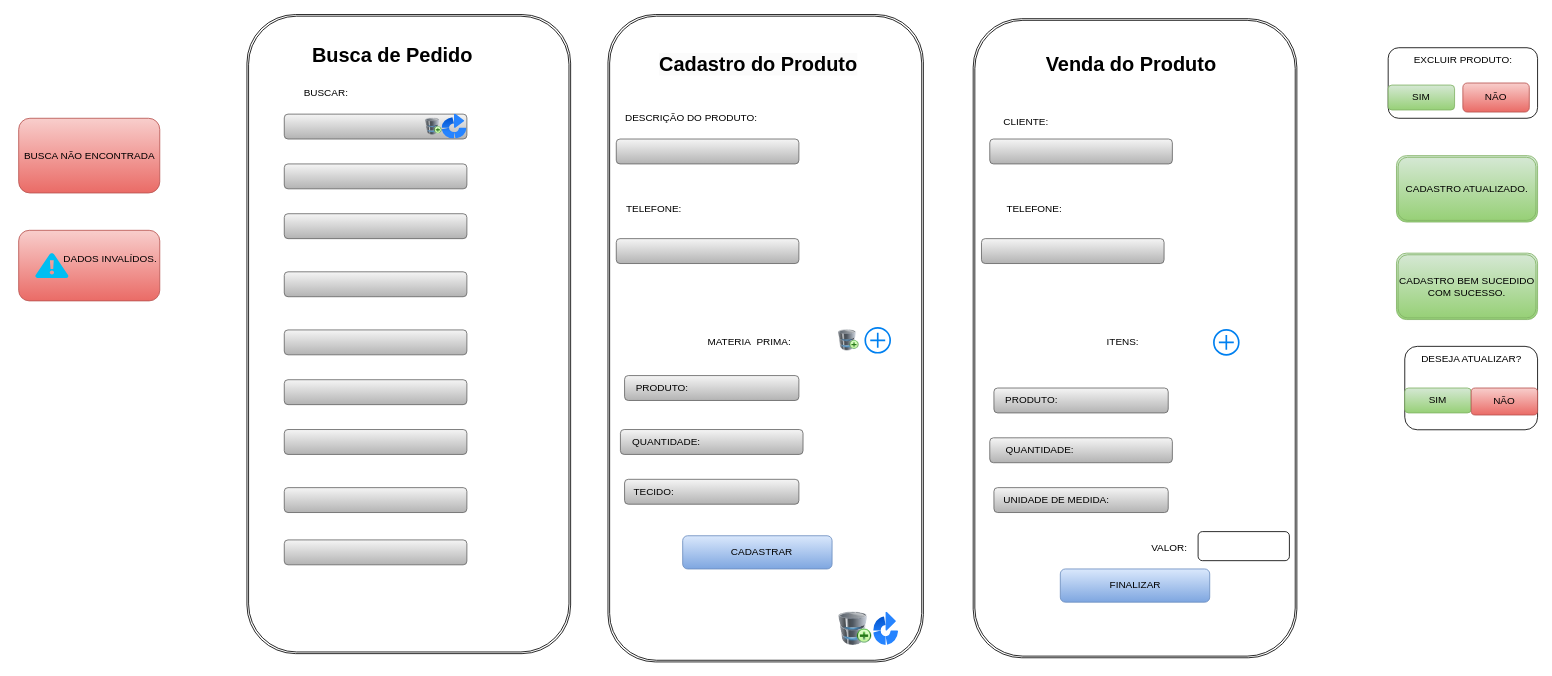
This is page "Página-4" (4 of 6) of doc/telas.drawio from pati573022/avatarapp, a draw.io file, before an edit. Source tidied: cells renumbered, new cells numbered last; positions are measured from the earlier drawing's top-left corner, leaving out a move shared by most shapes. Both pictures are drawn from the tidied source at 83%, with x=0, y=0 at pixel (14, 14).
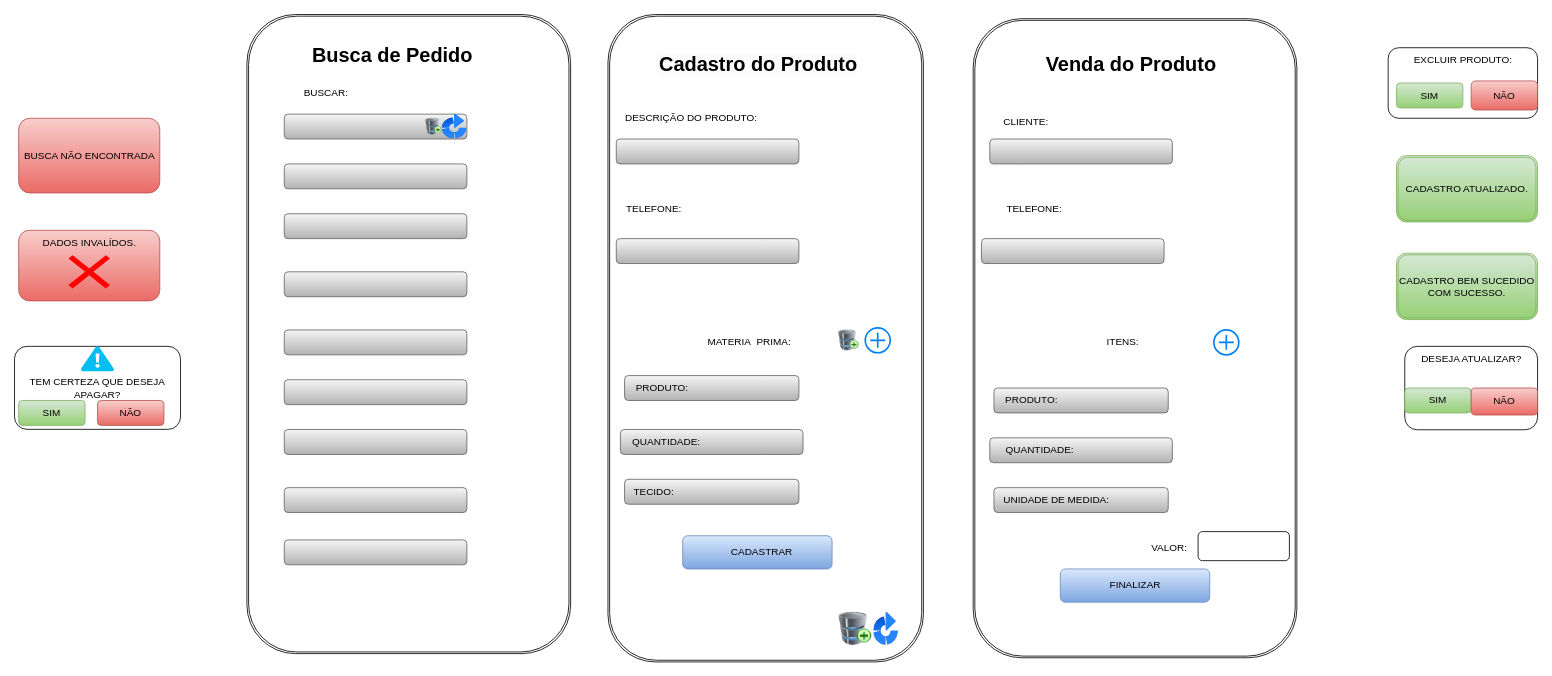
Above is the later version.

Unchanged cells that the change refers to:
```xml
<mxCell id="15" style="image;html=1;image=img/lib/clip_art/computers/Database_Add_128x128.png;" parent="1" vertex="1">
  <mxGeometry x="465" y="125" width="80" height="20" as="geometry" />
</mxCell>
```

Diff of the diagram source:
```diff
@@
-    <mxCell id="58" style="verticalLabelPosition=bottom;html=1;verticalAlign=top;align=center;strokeColor=none;fillColor=#00BEF2;shape=mxgraph.azure.azure_alert;" parent="1" vertex="1">
-      <mxGeometry x="25" y="287.5" width="40" height="30" as="geometry" />
-    </mxCell>
     <mxCell id="59" value="DADOS INVALÍDOS." style="text;html=1;align=center;verticalAlign=middle;strokeColor=none;fillColor=none;" parent="1" vertex="1">
-      <mxGeometry x="45" y="280" width="140" height="30" as="geometry" />
+      <mxGeometry x="20" y="260" width="140" height="30" as="geometry" />
     </mxCell>
@@
     <mxCell id="62" value="SIM" style="rounded=1;whiteSpace=wrap;html=1;fillColor=#d5e8d4;gradientColor=#97d077;strokeColor=#82b366;" parent="1" vertex="1">
-      <mxGeometry x="1655" y="85" width="80" height="30" as="geometry" />
+      <mxGeometry x="1665" y="82.5" width="80" height="30" as="geometry" />
     </mxCell>
     <mxCell id="63" value="NÃO" style="rounded=1;whiteSpace=wrap;html=1;fillColor=#f8cecc;gradientColor=#ea6b66;strokeColor=#b85450;" parent="1" vertex="1">
-      <mxGeometry x="1745" y="82.5" width="80" height="35" as="geometry" />
+      <mxGeometry x="1755" y="80" width="80" height="35" as="geometry" />
     </mxCell>
@@
+    <mxCell id="70" value="TEM CERTEZA QUE DESEJA APAGAR?" style="rounded=1;whiteSpace=wrap;html=1;" parent="1" vertex="1">
+      <mxGeometry y="399.8" width="200" height="100" as="geometry" />
+    </mxCell>
+    <mxCell id="71" style="verticalLabelPosition=bottom;html=1;verticalAlign=top;align=center;strokeColor=none;fillColor=#00BEF2;shape=mxgraph.azure.azure_alert;" parent="1" vertex="1">
+      <mxGeometry x="80" y="400" width="40" height="30" as="geometry" />
+    </mxCell>
+    <mxCell id="72" value="SIM" style="rounded=1;whiteSpace=wrap;html=1;fillColor=#d5e8d4;gradientColor=#97d077;strokeColor=#82b366;" parent="1" vertex="1">
+      <mxGeometry x="5" y="465" width="80" height="30" as="geometry" />
+    </mxCell>
+    <mxCell id="73" value="NÃO" style="rounded=1;whiteSpace=wrap;html=1;fillColor=#f8cecc;gradientColor=#ea6b66;strokeColor=#b85450;" parent="1" vertex="1">
+      <mxGeometry x="100" y="465" width="80" height="30" as="geometry" />
+    </mxCell>
+    <mxCell id="74" style="edgeStyle=orthogonalEdgeStyle;rounded=0;orthogonalLoop=1;jettySize=auto;html=1;exitX=0.5;exitY=1;exitDx=0;exitDy=0;" parent="1" edge="1" source="15" target="15">
+      <mxGeometry relative="1" as="geometry" />
+    </mxCell>
+    <mxCell id="75" style="shape=mxgraph.mockup.markup.redX;fillColor=#ff0000;html=1;shadow=0;whiteSpace=wrap;strokeColor=none;" parent="1" vertex="1">
+      <mxGeometry x="65" y="290" width="50" height="40" as="geometry" />
+    </mxCell>
```
